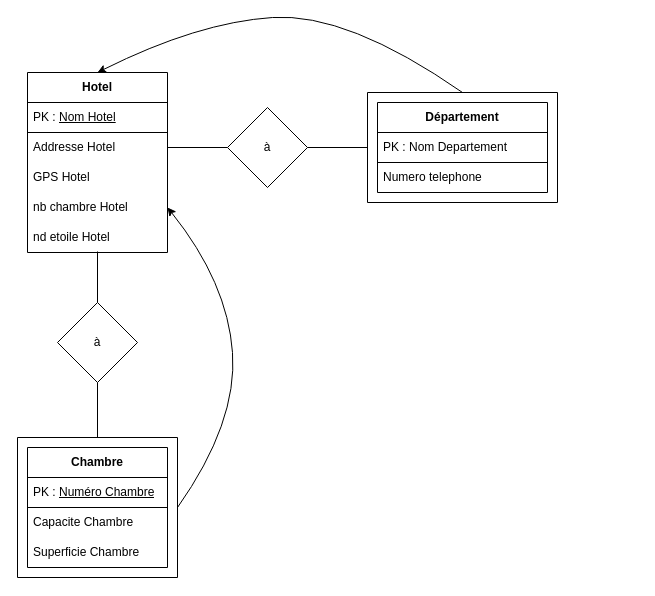
TronnoxUwU/bash keeps this draw.io diagram as Diagramme sans nom.drawio. Above is the earlier version. Source tidied: cells renumbered, new cells numbered last; positions are measured from the earlier drawing's top-left corner, leaving out a move shared by most shapes. Both pictures are drawn from the tidied source at 100%, with x=0, y=0 at pixel (17, 12).
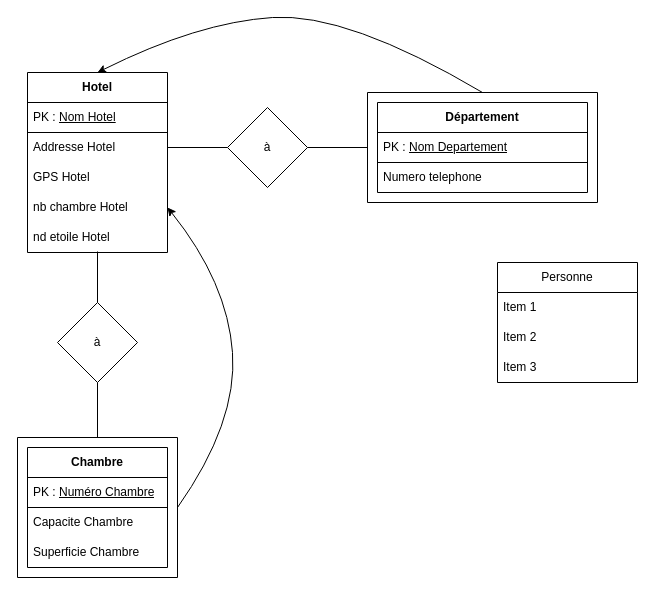
The same diagram, later.

Commit message:
Mettre à jour Diagramme sans nom.drawio

Diff of the diagram source:
```diff
@@
     <mxCell id="10" style="swimlane;startSize=0;" parent="1" vertex="1">
-      <mxGeometry x="350" y="80" width="190" height="110" as="geometry" />
+      <mxGeometry x="350" y="80" width="230" height="110" as="geometry" />
     </mxCell>
     <mxCell id="11" value="&lt;b&gt;Département&lt;/b&gt;" style="swimlane;fontStyle=0;horizontal=1;startSize=30;whiteSpace=wrap;html=1;fillColor=default;" parent="10" vertex="1">
-      <mxGeometry x="10" y="10" width="170" height="90" as="geometry" />
+      <mxGeometry x="10" y="10" width="210" height="90" as="geometry" />
     </mxCell>
-    <mxCell id="12" value="PK : Nom Departement" style="text;strokeColor=default;fillColor=none;align=left;verticalAlign=middle;spacingLeft=4;spacingRight=4;overflow=hidden;whiteSpace=wrap;html=1;" parent="11" vertex="1">
-      <mxGeometry y="30" width="170" height="30" as="geometry" />
+    <mxCell id="12" value="PK : &lt;u&gt;Nom Departement&lt;/u&gt;" style="text;strokeColor=default;fillColor=none;align=left;verticalAlign=middle;spacingLeft=4;spacingRight=4;overflow=hidden;whiteSpace=wrap;html=1;" parent="11" vertex="1">
+      <mxGeometry y="30" width="210" height="30" as="geometry" />
     </mxCell>
     <mxCell id="13" value="Numero telephone" style="text;strokeColor=none;fillColor=none;align=left;verticalAlign=middle;spacingLeft=4;spacingRight=4;overflow=hidden;whiteSpace=wrap;html=1;" parent="11" vertex="1">
-      <mxGeometry y="60" width="170" height="30" as="geometry" />
+      <mxGeometry y="60" width="210" height="30" as="geometry" />
     </mxCell>
@@
+    <mxCell id="25" value="Personne" style="swimlane;fontStyle=0;horizontal=1;startSize=30;whiteSpace=wrap;html=1;" parent="1" vertex="1">
+      <mxGeometry x="480" y="250" width="140" height="120" as="geometry" />
+    </mxCell>
+    <mxCell id="26" value="Item 1" style="text;strokeColor=none;fillColor=none;align=left;verticalAlign=middle;spacingLeft=4;spacingRight=4;overflow=hidden;whiteSpace=wrap;html=1;" parent="25" vertex="1">
+      <mxGeometry y="30" width="140" height="30" as="geometry" />
+    </mxCell>
+    <mxCell id="27" value="Item 2" style="text;strokeColor=none;fillColor=none;align=left;verticalAlign=middle;spacingLeft=4;spacingRight=4;overflow=hidden;whiteSpace=wrap;html=1;" parent="25" vertex="1">
+      <mxGeometry y="60" width="140" height="30" as="geometry" />
+    </mxCell>
+    <mxCell id="28" value="Item 3" style="text;strokeColor=none;fillColor=none;align=left;verticalAlign=middle;spacingLeft=4;spacingRight=4;overflow=hidden;whiteSpace=wrap;html=1;" parent="25" vertex="1">
+      <mxGeometry y="90" width="140" height="30" as="geometry" />
+    </mxCell>
```
